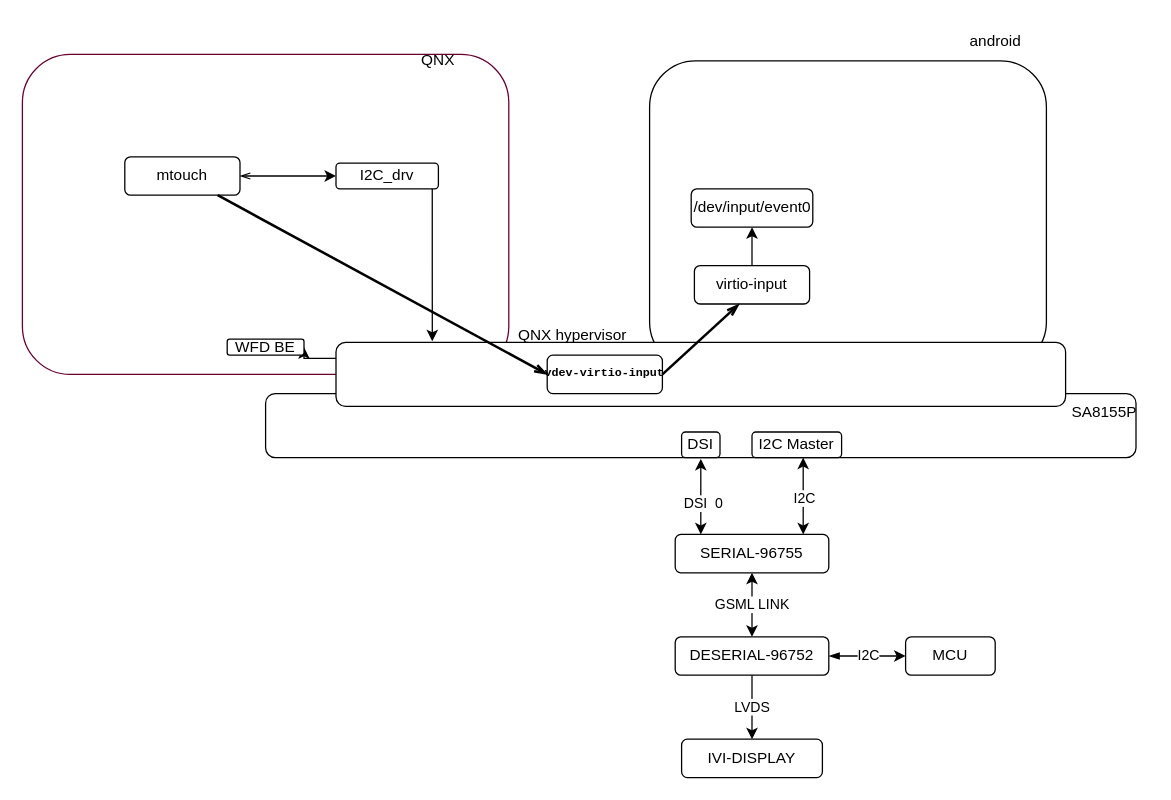
Above: touch_arch.drawio in singledo/drawio-repo (draw.io), before the change. Source tidied: cells renumbered, new cells numbered last; positions are measured from the earlier drawing's top-left corner, leaving out a move shared by most shapes. Both pictures are drawn from the tidied source at 128%, with x=0, y=0 at pixel (22, 22).
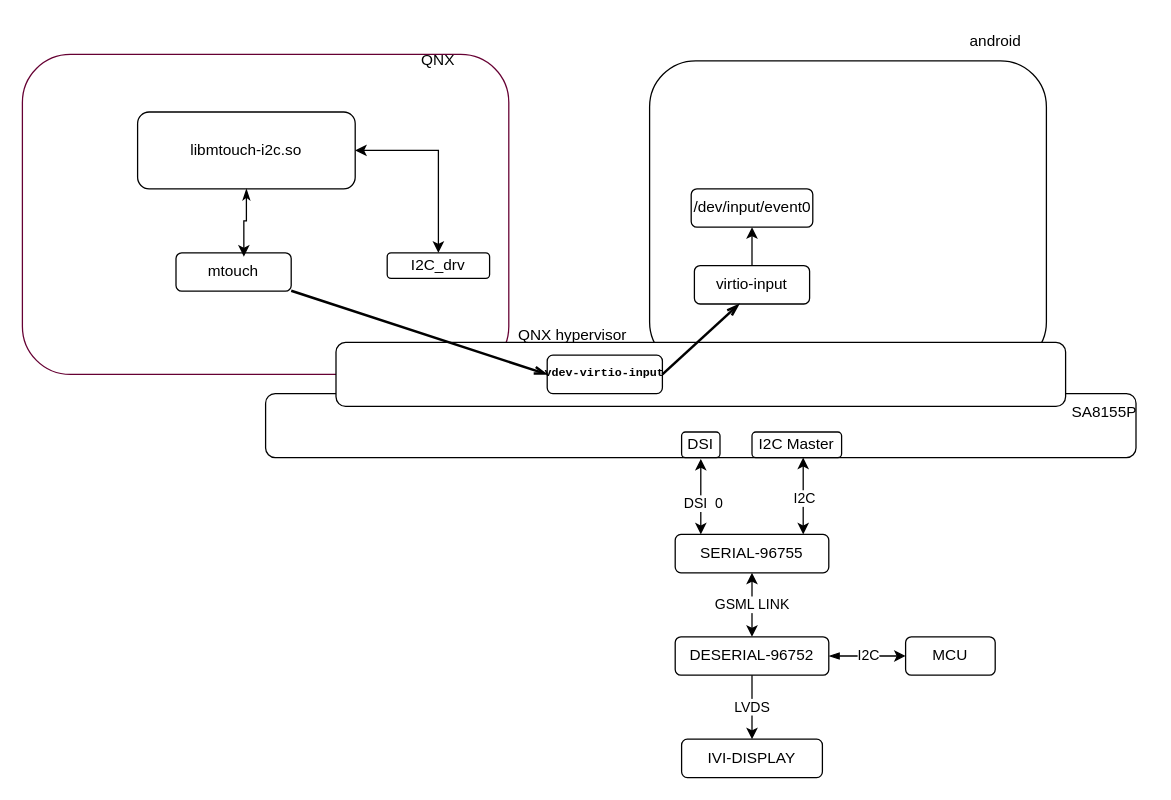
Above is the later version.

Unchanged cells that the change refers to:
```xml
<mxCell id="6" style="rounded=1;whiteSpace=wrap;html=1;" parent="1" vertex="1">
  <mxGeometry x="245" y="250" width="570" height="50" as="geometry" />
</mxCell>
```

What changed in the source:
```diff
@@
-    <mxCell id="5" style="edgeStyle=orthogonalEdgeStyle;rounded=0;jettySize=auto;html=1;exitX=0;exitY=0.25;exitDx=0;exitDy=0;entryX=1;entryY=0.5;entryDx=0;entryDy=0;" parent="1" edge="1" source="6" target="27">
-      <mxGeometry relative="1" as="geometry" />
-    </mxCell>
@@
     <mxCell id="26" value="I2C_drv" style="rounded=1;whiteSpace=wrap;html=1;" parent="1" vertex="1">
-      <mxGeometry x="245" y="110" width="80" height="20" as="geometry" />
+      <mxGeometry x="285" y="180" width="80" height="20" as="geometry" />
     </mxCell>
-    <mxCell id="27" value="WFD BE" style="rounded=1;whiteSpace=wrap;html=1;" parent="1" vertex="1">
-      <mxGeometry x="160" y="247.5" width="60" height="12.5" as="geometry" />
-    </mxCell>
-    <mxCell id="28" style="edgeStyle=orthogonalEdgeStyle;rounded=0;jettySize=auto;html=1;startArrow=openThin;startFill=0;" parent="1" edge="1" source="29" target="26">
-      <mxGeometry relative="1" as="geometry" />
-    </mxCell>
     <mxCell id="29" value="mtouch" style="rounded=1;whiteSpace=wrap;html=1;" parent="1" vertex="1">
-      <mxGeometry x="80" y="105" width="90" height="30" as="geometry" />
+      <mxGeometry x="120" y="180" width="90" height="30" as="geometry" />
     </mxCell>
-    <mxCell id="30" style="edgeStyle=orthogonalEdgeStyle;rounded=0;jettySize=auto;html=1;entryX=0.132;entryY=-0.017;entryDx=0;entryDy=0;entryPerimeter=0;" parent="1" edge="1" source="26" target="6">
-      <mxGeometry relative="1" as="geometry">
-        <Array as="points">
-          <mxPoint x="320" y="190" />
-        </Array>
-      </mxGeometry>
-    </mxCell>
@@
+    <mxCell id="38" style="edgeStyle=orthogonalEdgeStyle;rounded=0;jettySize=auto;html=1;exitX=1;exitY=0.5;exitDx=0;exitDy=0;entryX=0.5;entryY=0;entryDx=0;entryDy=0;startArrow=classic;startFill=1;" parent="1" edge="1" source="39" target="26">
+      <mxGeometry relative="1" as="geometry" />
+    </mxCell>
+    <mxCell id="39" value="libmtouch-i2c.so" style="rounded=1;whiteSpace=wrap;html=1;" parent="1" vertex="1">
+      <mxGeometry x="90" y="70" width="170" height="60" as="geometry" />
+    </mxCell>
+    <mxCell id="40" style="edgeStyle=orthogonalEdgeStyle;rounded=0;jettySize=auto;html=1;entryX=0.589;entryY=0.1;entryDx=0;entryDy=0;entryPerimeter=0;startArrow=classicThin;startFill=1;" parent="1" edge="1" source="39" target="29">
+      <mxGeometry relative="1" as="geometry" />
+    </mxCell>
```
